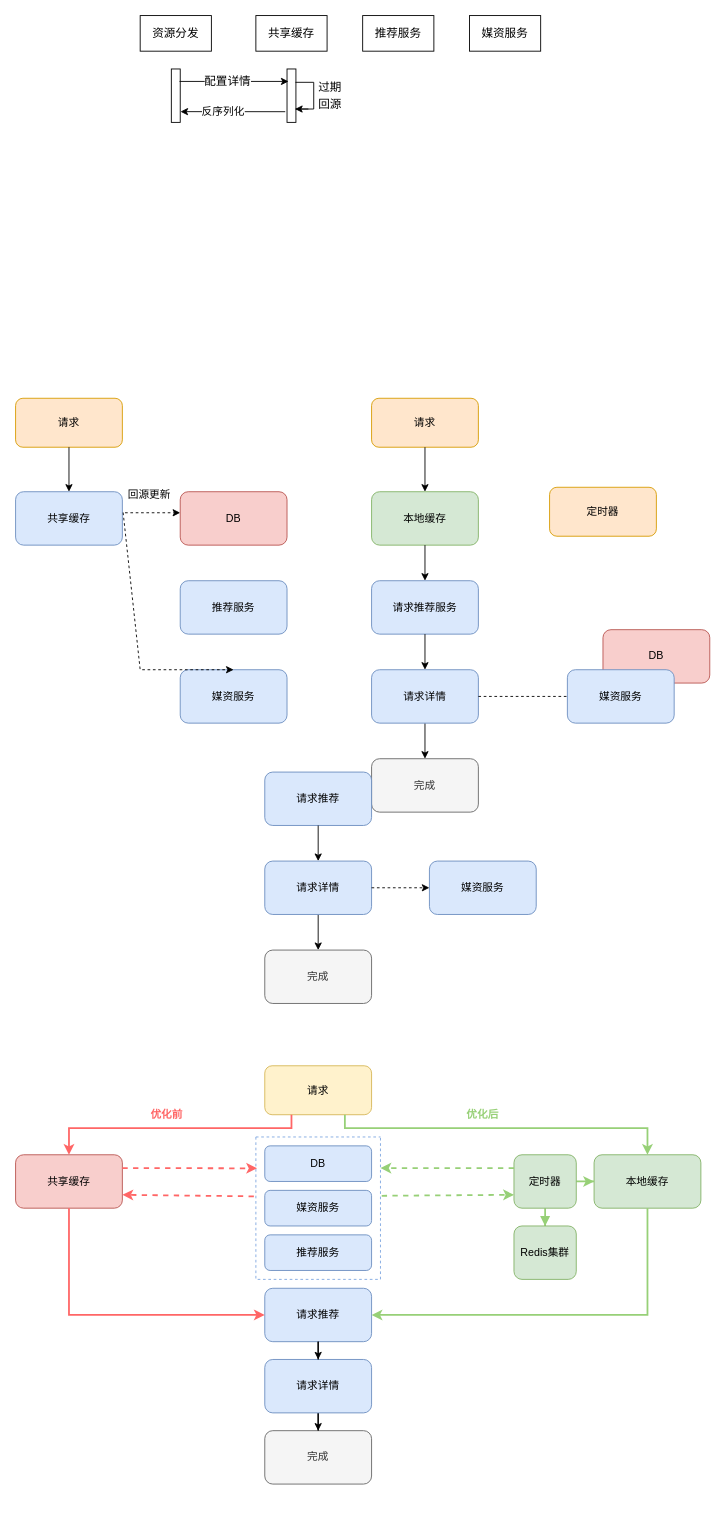
lewiskyo/test_git keeps this draw.io diagram as test3.drawio. Above is the earlier version. Source tidied: cells renumbered, new cells numbered last; positions are measured from the earlier drawing's top-left corner, leaving out a move shared by most shapes. Both pictures are drawn from the tidied source at 89%, with x=0, y=0 at pixel (15, 15).
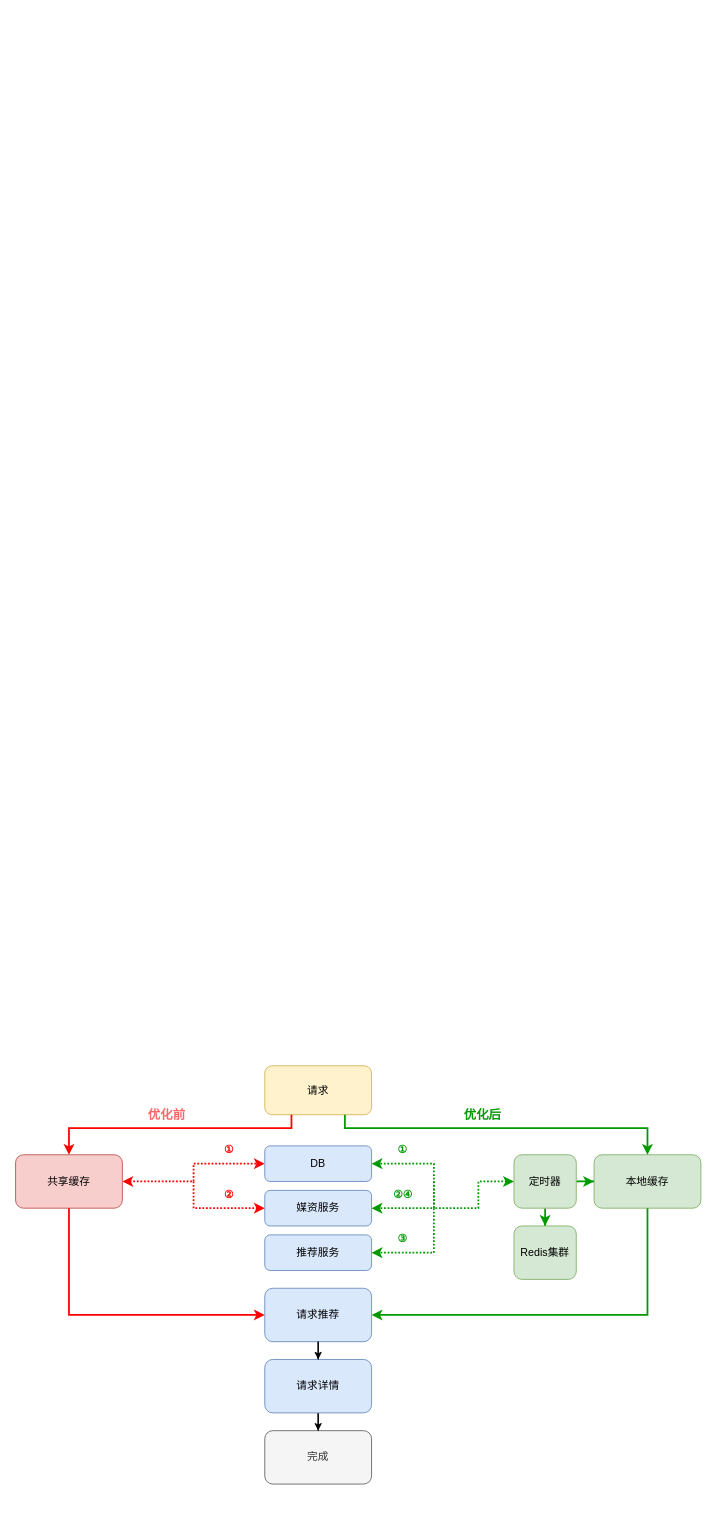
The same diagram, later.

The change refers to these unchanged cells:
```xml
<mxCell id="46" value="请求" style="rounded=1;whiteSpace=wrap;html=1;fontSize=12;fillColor=#fff2cc;strokeColor=#d6b656;" parent="1" vertex="1">
  <mxGeometry x="280" y="1180" width="120" height="55" as="geometry" />
</mxCell>
<mxCell id="47" value="共享缓存" style="rounded=1;whiteSpace=wrap;html=1;fontSize=12;fillColor=#f8cecc;strokeColor=#b85450;" parent="1" vertex="1">
  <mxGeometry y="1280" width="120" height="60" as="geometry" />
</mxCell>
<mxCell id="48" value="本地缓存" style="rounded=1;whiteSpace=wrap;html=1;fontSize=12;fillColor=#d5e8d4;strokeColor=#82b366;" parent="1" vertex="1">
  <mxGeometry x="650" y="1280" width="120" height="60" as="geometry" />
</mxCell>
<mxCell id="51" value="定时器" style="rounded=1;whiteSpace=wrap;html=1;fontSize=12;fillColor=#d5e8d4;strokeColor=#82b366;" parent="1" vertex="1">
  <mxGeometry x="560" y="1280" width="70" height="60" as="geometry" />
</mxCell>
<mxCell id="53" value="请求推荐" style="rounded=1;whiteSpace=wrap;html=1;fontSize=12;fillColor=#dae8fc;strokeColor=#6c8ebf;" parent="52" vertex="1">
  <mxGeometry width="120" height="60" as="geometry" />
</mxCell>
<mxCell id="67" value="Redis集群" style="rounded=1;whiteSpace=wrap;html=1;fontSize=12;fillColor=#d5e8d4;strokeColor=#82b366;" parent="1" vertex="1">
  <mxGeometry x="560" y="1360" width="70" height="60" as="geometry" />
</mxCell>
<mxCell id="70" value="媒资服务" style="rounded=1;whiteSpace=wrap;html=1;fontSize=12;fillColor=#dae8fc;strokeColor=#6c8ebf;" parent="1" vertex="1">
  <mxGeometry x="280" y="1320" width="120" height="40" as="geometry" />
</mxCell>
<mxCell id="71" value="DB" style="rounded=1;whiteSpace=wrap;html=1;fontSize=12;fillColor=#dae8fc;strokeColor=#6c8ebf;" parent="1" vertex="1">
  <mxGeometry x="280" y="1270" width="120" height="40" as="geometry" />
</mxCell>
<mxCell id="72" value="推荐服务" style="rounded=1;whiteSpace=wrap;html=1;fontSize=12;fillColor=#dae8fc;strokeColor=#6c8ebf;" parent="1" vertex="1">
  <mxGeometry x="280" y="1370" width="120" height="40" as="geometry" />
</mxCell>
```

What changed in the source:
```diff
@@
-    <mxCell id="2" value="请求" style="rounded=1;whiteSpace=wrap;html=1;fontSize=12;fillColor=#ffe6cc;strokeColor=#d79b00;" parent="1" vertex="1">
-      <mxGeometry x="400" y="430" width="120" height="55" as="geometry" />
-    </mxCell>
-    <mxCell id="3" value="本地缓存" style="rounded=1;whiteSpace=wrap;html=1;fontSize=12;fillColor=#d5e8d4;strokeColor=#82b366;" parent="1" vertex="1">
-      <mxGeometry x="400" y="535" width="120" height="60" as="geometry" />
-    </mxCell>
-    <mxCell id="4" style="edgeStyle=orthogonalEdgeStyle;rounded=0;jettySize=auto;html=1;fontSize=12;" parent="1" edge="1" source="2" target="3">
-      <mxGeometry relative="1" as="geometry" />
-    </mxCell>
-    <mxCell id="5" value="请求推荐服务" style="rounded=1;whiteSpace=wrap;html=1;fontSize=12;fillColor=#dae8fc;strokeColor=#6c8ebf;" parent="1" vertex="1">
-      <mxGeometry x="400" y="635" width="120" height="60" as="geometry" />
-    </mxCell>
-    <mxCell id="6" style="edgeStyle=orthogonalEdgeStyle;rounded=0;jettySize=auto;html=1;fontSize=12;" parent="1" edge="1" source="3" target="5">
-      <mxGeometry relative="1" as="geometry" />
-    </mxCell>
-    <mxCell id="7" value="完成" style="rounded=1;whiteSpace=wrap;html=1;fontSize=12;fillColor=#f5f5f5;fontColor=#333333;strokeColor=#666666;" parent="1" vertex="1">
-      <mxGeometry x="400" y="835" width="120" height="60" as="geometry" />
-    </mxCell>
-    <mxCell id="8" style="edgeStyle=orthogonalEdgeStyle;rounded=0;jettySize=auto;html=1;fontSize=12;" parent="1" edge="1" source="9" target="7">
-      <mxGeometry relative="1" as="geometry" />
-    </mxCell>
-    <mxCell id="9" value="请求详情" style="rounded=1;whiteSpace=wrap;html=1;fontSize=12;fillColor=#dae8fc;strokeColor=#6c8ebf;" parent="1" vertex="1">
-      <mxGeometry x="400" y="735" width="120" height="60" as="geometry" />
-    </mxCell>
-    <mxCell id="10" style="edgeStyle=orthogonalEdgeStyle;rounded=0;jettySize=auto;html=1;fontSize=12;" parent="1" edge="1" source="5" target="9">
-      <mxGeometry relative="1" as="geometry" />
-    </mxCell>
-    <mxCell id="11" style="endArrow=classic;html=1;rounded=0;dashed=1;fontSize=12;exitX=1;exitY=0.5;exitDx=0;exitDy=0;entryX=0.5;entryY=1;entryDx=0;entryDy=0;" parent="1" edge="1" source="9">
-      <mxGeometry relative="1" as="geometry">
-        <mxPoint x="680" y="795" as="targetPoint" />
-        <Array as="points">
-          <mxPoint x="645" y="765" />
-        </Array>
-      </mxGeometry>
-    </mxCell>
-    <mxCell id="12" value="定时器" style="rounded=1;whiteSpace=wrap;html=1;fontSize=12;fillColor=#ffe6cc;strokeColor=#d79b00;" parent="1" vertex="1">
-      <mxGeometry x="600" y="530" width="120" height="55" as="geometry" />
-    </mxCell>
-    <mxCell id="13" value="请求" style="rounded=1;whiteSpace=wrap;html=1;fontSize=12;fillColor=#ffe6cc;strokeColor=#d79b00;" parent="1" vertex="1">
-      <mxGeometry y="430" width="120" height="55" as="geometry" />
-    </mxCell>
-    <mxCell id="14" value="共享缓存" style="rounded=1;whiteSpace=wrap;html=1;fontSize=12;fillColor=#dae8fc;strokeColor=#6c8ebf;" parent="1" vertex="1">
-      <mxGeometry y="535" width="120" height="60" as="geometry" />
-    </mxCell>
-    <mxCell id="15" style="edgeStyle=orthogonalEdgeStyle;rounded=0;jettySize=auto;html=1;fontSize=12;" parent="1" edge="1" source="13" target="14">
-      <mxGeometry relative="1" as="geometry" />
-    </mxCell>
-    <mxCell id="16" value="DB" style="rounded=1;whiteSpace=wrap;html=1;fontSize=12;fillColor=#f8cecc;strokeColor=#b85450;" parent="1" vertex="1">
-      <mxGeometry x="185" y="535" width="120" height="60" as="geometry" />
-    </mxCell>
-    <mxCell id="17" value="媒资服务" style="rounded=1;whiteSpace=wrap;html=1;fontSize=12;fillColor=#dae8fc;strokeColor=#6c8ebf;" parent="1" vertex="1">
-      <mxGeometry x="185" y="735" width="120" height="60" as="geometry" />
-    </mxCell>
-    <mxCell id="18" value="&lt;font style=&quot;font-size: 12px; font-weight: normal;&quot;&gt;回源更新&lt;/font&gt;" style="text;strokeColor=none;fillColor=none;html=1;fontSize=24;fontStyle=1;verticalAlign=middle;align=center;" parent="1" vertex="1">
-      <mxGeometry x="100" y="515" width="100" height="40" as="geometry" />
-    </mxCell>
-    <mxCell id="19" style="endArrow=classic;html=1;rounded=0;fontSize=12;exitX=1.007;exitY=0.389;exitDx=0;exitDy=0;exitPerimeter=0;entryX=0.5;entryY=0;entryDx=0;entryDy=0;dashed=1;" parent="1" edge="1" source="14" target="17">
-      <mxGeometry relative="1" as="geometry">
-        <Array as="points">
-          <mxPoint x="140" y="735" />
-        </Array>
-      </mxGeometry>
-    </mxCell>
-    <mxCell id="20" style="endArrow=classic;html=1;rounded=0;dashed=1;fontSize=12;exitX=1.025;exitY=0.394;exitDx=0;exitDy=0;exitPerimeter=0;entryX=0;entryY=0.394;entryDx=0;entryDy=0;entryPerimeter=0;" parent="1" edge="1" source="14" target="16">
-      <mxGeometry relative="1" as="geometry" />
-    </mxCell>
-    <mxCell id="21" value="DB" style="rounded=1;whiteSpace=wrap;html=1;fontSize=12;fillColor=#f8cecc;strokeColor=#b85450;" parent="1" vertex="1">
-      <mxGeometry x="660" y="690" width="120" height="60" as="geometry" />
-    </mxCell>
-    <mxCell id="22" value="推荐服务" style="rounded=1;whiteSpace=wrap;html=1;fontSize=12;fillColor=#dae8fc;strokeColor=#6c8ebf;" parent="1" vertex="1">
-      <mxGeometry x="185" y="635" width="120" height="60" as="geometry" />
-    </mxCell>
-    <mxCell id="23" style="group;" parent="1" vertex="1">
-      <mxGeometry x="280" y="850" width="120" height="260" as="geometry" />
-    </mxCell>
-    <mxCell id="24" value="请求推荐" style="rounded=1;whiteSpace=wrap;html=1;fontSize=12;fillColor=#dae8fc;strokeColor=#6c8ebf;" parent="23" vertex="1">
-      <mxGeometry width="120" height="60" as="geometry" />
-    </mxCell>
-    <mxCell id="25" value="完成" style="rounded=1;whiteSpace=wrap;html=1;fontSize=12;fillColor=#f5f5f5;fontColor=#333333;strokeColor=#666666;" parent="23" vertex="1">
-      <mxGeometry y="200" width="120" height="60" as="geometry" />
-    </mxCell>
-    <mxCell id="26" style="edgeStyle=orthogonalEdgeStyle;rounded=0;jettySize=auto;html=1;fontSize=12;" parent="23" edge="1" source="27" target="25">
-      <mxGeometry relative="1" as="geometry" />
-    </mxCell>
-    <mxCell id="27" value="请求详情" style="rounded=1;whiteSpace=wrap;html=1;fontSize=12;fillColor=#dae8fc;strokeColor=#6c8ebf;" parent="23" vertex="1">
-      <mxGeometry y="100" width="120" height="60" as="geometry" />
-    </mxCell>
-    <mxCell id="28" style="edgeStyle=orthogonalEdgeStyle;rounded=0;jettySize=auto;html=1;fontSize=12;" parent="23" edge="1" source="24" target="27">
-      <mxGeometry relative="1" as="geometry" />
-    </mxCell>
-    <mxCell id="29" value="媒资服务" style="rounded=1;whiteSpace=wrap;html=1;fontSize=12;fillColor=#dae8fc;strokeColor=#6c8ebf;" parent="1" vertex="1">
-      <mxGeometry x="620" y="735" width="120" height="60" as="geometry" />
-    </mxCell>
-    <mxCell id="30" value="媒资服务" style="rounded=1;whiteSpace=wrap;html=1;fontSize=12;fillColor=#dae8fc;strokeColor=#6c8ebf;" parent="1" vertex="1">
-      <mxGeometry x="465" y="950" width="120" height="60" as="geometry" />
-    </mxCell>
-    <mxCell id="31" style="edgeStyle=orthogonalEdgeStyle;rounded=0;jettySize=auto;html=1;dashed=1;fontSize=12;" parent="1" edge="1" source="27" target="30">
-      <mxGeometry relative="1" as="geometry" />
-    </mxCell>
-    <mxCell id="32" style="group;" parent="1" vertex="1">
-      <mxGeometry x="140" width="450" height="120" as="geometry" />
-    </mxCell>
-    <mxCell id="33" value="资源分发" style="rounded=0;whiteSpace=wrap;html=1;fontSize=13;" parent="32" vertex="1">
-      <mxGeometry width="80" height="40" as="geometry" />
-    </mxCell>
-    <mxCell id="34" value="共享缓存" style="rounded=0;whiteSpace=wrap;html=1;fontSize=13;" parent="32" vertex="1">
-      <mxGeometry x="130" width="80" height="40" as="geometry" />
-    </mxCell>
-    <mxCell id="35" value="推荐服务" style="rounded=0;whiteSpace=wrap;html=1;fontSize=13;" parent="32" vertex="1">
-      <mxGeometry x="250" width="80" height="40" as="geometry" />
-    </mxCell>
-    <mxCell id="36" style="rounded=0;whiteSpace=wrap;html=1;fontSize=13;" parent="32" vertex="1">
-      <mxGeometry x="35" y="60" width="10" height="60" as="geometry" />
-    </mxCell>
-    <mxCell id="37" value="媒资服务" style="rounded=0;whiteSpace=wrap;html=1;fontSize=13;" parent="32" vertex="1">
-      <mxGeometry x="370" width="80" height="40" as="geometry" />
-    </mxCell>
-    <mxCell id="38" style="rounded=0;whiteSpace=wrap;html=1;fontSize=13;" parent="32" vertex="1">
-      <mxGeometry x="165" y="60" width="10" height="60" as="geometry" />
-    </mxCell>
-    <mxCell id="39" style="endArrow=classic;html=1;rounded=0;fontSize=12;exitX=0.917;exitY=0.167;exitDx=0;exitDy=0;exitPerimeter=0;entryX=0.167;entryY=0.167;entryDx=0;entryDy=0;entryPerimeter=0;" parent="32" edge="1">
-      <mxGeometry relative="1" as="geometry">
-        <mxPoint x="44.2" y="74" as="sourcePoint" />
-        <mxPoint x="166.7" y="74" as="targetPoint" />
-      </mxGeometry>
-    </mxCell>
-    <mxCell id="40" value="配置详情" style="edgeLabel;html=1;align=center;verticalAlign=middle;fontSize=13;" parent="39" vertex="1">
-      <mxGeometry x="-0.14" y="1" relative="1" as="geometry" />
-    </mxCell>
-    <mxCell id="41" style="shape=partialRectangle;whiteSpace=wrap;html=1;bottom=1;right=1;left=1;top=0;fillColor=none;routingCenterX=-0.5;fontSize=13;direction=north;" parent="32" vertex="1">
-      <mxGeometry x="175" y="75" width="20" height="30" as="geometry" />
-    </mxCell>
-    <mxCell id="42" value="&lt;p style=&quot;line-height: 60%;&quot;&gt;&lt;span style=&quot;font-weight: normal;&quot;&gt;&lt;font style=&quot;font-size: 13px;&quot;&gt;过期&lt;br&gt;回源&lt;/font&gt;&lt;/span&gt;&lt;/p&gt;" style="text;strokeColor=none;fillColor=none;html=1;fontSize=24;fontStyle=1;verticalAlign=middle;align=center;" parent="32" vertex="1">
-      <mxGeometry x="163" y="68" width="100" height="40" as="geometry" />
-    </mxCell>
-    <mxCell id="43" style="endArrow=classic;html=1;rounded=0;fontSize=12;" parent="32" edge="1">
-      <mxGeometry relative="1" as="geometry">
-        <mxPoint x="189" y="105" as="sourcePoint" />
-        <mxPoint x="174" y="105" as="targetPoint" />
-      </mxGeometry>
-    </mxCell>
-    <mxCell id="44" style="endArrow=classic;html=1;rounded=0;fontSize=12;exitX=0;exitY=1;exitDx=0;exitDy=0;entryX=1.028;entryY=0.799;entryDx=0;entryDy=0;entryPerimeter=0;" parent="32" edge="1" source="42" target="36">
-      <mxGeometry relative="1" as="geometry" />
-    </mxCell>
-    <mxCell id="45" value="反序列化" style="edgeLabel;html=1;align=center;verticalAlign=middle;fontSize=12;" parent="44" vertex="1">
-      <mxGeometry x="0.21" relative="1" as="geometry" />
-    </mxCell>
@@
-    <mxCell id="49" style="edgeStyle=orthogonalEdgeStyle;rounded=0;jettySize=auto;html=1;strokeColor=#97D077;strokeWidth=2;fontSize=12;endArrow=classic;endFill=1;" parent="1" edge="1" source="51" target="48">
+    <mxCell id="49" style="edgeStyle=orthogonalEdgeStyle;rounded=0;jettySize=auto;html=1;strokeColor=#009900;strokeWidth=2;fontSize=12;endArrow=classic;endFill=1;" parent="1" edge="1" source="51" target="48">
       <mxGeometry relative="1" as="geometry" />
     </mxCell>
-    <mxCell id="50" style="edgeStyle=orthogonalEdgeStyle;rounded=0;jettySize=auto;html=1;strokeColor=#97D077;strokeWidth=2;fontSize=12;endArrow=block;endFill=1;" parent="1" edge="1" source="51" target="67">
+    <mxCell id="50" style="edgeStyle=orthogonalEdgeStyle;rounded=0;jettySize=auto;html=1;strokeColor=#009900;strokeWidth=2;fontSize=12;endArrow=classic;endFill=1;" parent="1" edge="1" source="51" target="67">
       <mxGeometry relative="1" as="geometry" />
     </mxCell>
@@
-    <mxCell id="58" style="swimlane;startSize=0;fontSize=12;dashed=1;strokeColor=#7EA6E0;" parent="1" vertex="1">
-      <mxGeometry x="270" y="1260" width="140" height="160" as="geometry" />
-    </mxCell>
-    <mxCell id="59" style="endArrow=classic;html=1;rounded=0;fontSize=12;exitX=0.25;exitY=1;exitDx=0;exitDy=0;entryX=0.5;entryY=0;entryDx=0;entryDy=0;strokeColor=#FF6666;strokeWidth=2;endFill=1;" parent="1" edge="1" source="46" target="47">
+    <mxCell id="59" style="endArrow=classic;html=1;rounded=0;fontSize=12;exitX=0.25;exitY=1;exitDx=0;exitDy=0;entryX=0.5;entryY=0;entryDx=0;entryDy=0;strokeColor=#FF0000;strokeWidth=2;endFill=1;" parent="1" edge="1" source="46" target="47">
       <mxGeometry relative="1" as="geometry">
         <Array as="points">
           <mxPoint x="310" y="1250" />
           <mxPoint x="60" y="1250" />
         </Array>
       </mxGeometry>
     </mxCell>
-    <mxCell id="60" style="endArrow=classic;html=1;rounded=0;strokeColor=#97D077;strokeWidth=2;fontSize=12;exitX=0.75;exitY=1;exitDx=0;exitDy=0;entryX=0.5;entryY=0;entryDx=0;entryDy=0;" parent="1" edge="1" source="46" target="48">
+    <mxCell id="60" style="endArrow=classic;html=1;rounded=0;strokeColor=#009900;strokeWidth=2;fontSize=12;exitX=0.75;exitY=1;exitDx=0;exitDy=0;entryX=0.5;entryY=0;entryDx=0;entryDy=0;" parent="1" edge="1" source="46" target="48">
       <mxGeometry relative="1" as="geometry">
         <Array as="points">
           <mxPoint x="370" y="1250" />
           <mxPoint x="710" y="1250" />
         </Array>
       </mxGeometry>
     </mxCell>
-    <mxCell id="61" style="endArrow=classic;html=1;rounded=0;strokeColor=#FF6666;strokeWidth=2;fontSize=12;exitX=1;exitY=0.25;exitDx=0;exitDy=0;dashed=1;entryX=0.01;entryY=0.22;entryDx=0;entryDy=0;entryPerimeter=0;" parent="1" edge="1" source="47" target="58">
-      <mxGeometry relative="1" as="geometry" />
+    <mxCell id="61" style="endArrow=classic;html=1;rounded=0;strokeColor=#FF0000;strokeWidth=2;fontSize=12;exitX=1;exitY=0.5;exitDx=0;exitDy=0;dashed=1;entryX=0;entryY=0.5;entryDx=0;entryDy=0;dashPattern=1 1;startArrow=classic;startFill=1;" parent="1" edge="1" source="47" target="71">
+      <mxGeometry relative="1" as="geometry">
+        <Array as="points">
+          <mxPoint x="200" y="1310" />
+          <mxPoint x="200" y="1290" />
+        </Array>
+      </mxGeometry>
     </mxCell>
-    <mxCell id="62" style="endArrow=classic;html=1;rounded=0;strokeColor=#FF6666;strokeWidth=2;fontSize=12;exitX=-0.016;exitY=0.417;exitDx=0;exitDy=0;dashed=1;entryX=1;entryY=0.75;entryDx=0;entryDy=0;exitPerimeter=0;" parent="1" edge="1" source="58" target="47">
-      <mxGeometry relative="1" as="geometry" />
-    </mxCell>
-    <mxCell id="63" style="endArrow=classic;html=1;rounded=0;dashed=1;strokeColor=#97D077;strokeWidth=2;fontSize=12;exitX=0;exitY=0.25;exitDx=0;exitDy=0;" parent="1" edge="1" source="51">
+    <mxCell id="63" style="endArrow=classic;html=1;rounded=0;dashed=1;strokeColor=#009900;strokeWidth=2;fontSize=12;exitX=0;exitY=0.5;exitDx=0;exitDy=0;entryX=1;entryY=0.5;entryDx=0;entryDy=0;dashPattern=1 1;startArrow=classic;startFill=1;" parent="1" edge="1" source="51" target="71">
       <mxGeometry relative="1" as="geometry">
-        <mxPoint x="410" y="1295" as="targetPoint" />
+        <Array as="points">
+          <mxPoint x="520" y="1310" />
+          <mxPoint x="520" y="1340" />
+          <mxPoint x="470" y="1340" />
+          <mxPoint x="470" y="1290" />
+        </Array>
       </mxGeometry>
     </mxCell>
-    <mxCell id="64" style="endArrow=classic;html=1;rounded=0;dashed=1;strokeColor=#97D077;strokeWidth=2;fontSize=12;entryX=0;entryY=0.75;entryDx=0;entryDy=0;exitX=1.01;exitY=0.413;exitDx=0;exitDy=0;exitPerimeter=0;" parent="1" edge="1" source="58" target="51">
-      <mxGeometry relative="1" as="geometry" />
-    </mxCell>
-    <mxCell id="65" style="endArrow=classic;html=1;rounded=0;strokeColor=#97D077;strokeWidth=2;fontSize=12;exitX=0.5;exitY=1;exitDx=0;exitDy=0;entryX=1;entryY=0.5;entryDx=0;entryDy=0;" parent="1" edge="1" source="48" target="53">
+    <mxCell id="65" style="endArrow=classic;html=1;rounded=0;strokeColor=#009900;strokeWidth=2;fontSize=12;exitX=0.5;exitY=1;exitDx=0;exitDy=0;entryX=1;entryY=0.5;entryDx=0;entryDy=0;" parent="1" edge="1" source="48" target="53">
       <mxGeometry relative="1" as="geometry">
         <Array as="points">
           <mxPoint x="710" y="1460" />
         </Array>
       </mxGeometry>
     </mxCell>
-    <mxCell id="66" style="endArrow=classic;html=1;rounded=0;strokeColor=#FF6666;strokeWidth=2;fontSize=12;exitX=0.5;exitY=1;exitDx=0;exitDy=0;entryX=0;entryY=0.5;entryDx=0;entryDy=0;" parent="1" edge="1" source="47" target="53">
+    <mxCell id="66" style="endArrow=classic;html=1;rounded=0;strokeColor=#FF0000;strokeWidth=2;fontSize=12;exitX=0.5;exitY=1;exitDx=0;exitDy=0;entryX=0;entryY=0.5;entryDx=0;entryDy=0;" parent="1" edge="1" source="47" target="53">
       <mxGeometry relative="1" as="geometry">
         <Array as="points">
           <mxPoint x="60" y="1460" />
         </Array>
       </mxGeometry>
     </mxCell>
@@
-    <mxCell id="68" value="优化前" style="text;html=1;strokeColor=none;fillColor=none;align=center;verticalAlign=middle;whiteSpace=wrap;rounded=0;dashed=1;fontSize=12;fontColor=#FF6666;fontStyle=1;" parent="1" vertex="1">
+    <mxCell id="68" value="优化前" style="text;html=1;strokeColor=none;fillColor=none;align=center;verticalAlign=middle;whiteSpace=wrap;rounded=0;dashed=1;fontSize=14;fontColor=#FF6666;fontStyle=1;" parent="1" vertex="1">
       <mxGeometry x="140" y="1220" width="60" height="30" as="geometry" />
     </mxCell>
-    <mxCell id="69" value="优化后" style="text;html=1;strokeColor=none;fillColor=none;align=center;verticalAlign=middle;whiteSpace=wrap;rounded=0;dashed=1;fontSize=12;fontColor=#97D077;fontStyle=1;" parent="1" vertex="1">
+    <mxCell id="69" value="优化后" style="text;html=1;strokeColor=none;fillColor=none;align=center;verticalAlign=middle;whiteSpace=wrap;rounded=0;dashed=1;fontSize=14;fontColor=#009900;fontStyle=1;" parent="1" vertex="1">
       <mxGeometry x="495" y="1220" width="60" height="30" as="geometry" />
     </mxCell>
@@
+    <mxCell id="73" style="endArrow=classic;html=1;rounded=0;dashed=1;dashPattern=1 1;strokeColor=#FF0000;strokeWidth=2;fontSize=12;fontColor=#FFFFFF;entryX=0;entryY=0.5;entryDx=0;entryDy=0;" parent="1" edge="1" target="70">
+      <mxGeometry relative="1" as="geometry">
+        <mxPoint x="200" y="1310" as="sourcePoint" />
+        <Array as="points">
+          <mxPoint x="200" y="1340" />
+        </Array>
+      </mxGeometry>
+    </mxCell>
+    <mxCell id="74" style="endArrow=classic;html=1;rounded=0;dashed=1;dashPattern=1 1;strokeColor=#009900;strokeWidth=2;fontSize=12;fontColor=#FFFFFF;" parent="1" edge="1">
+      <mxGeometry relative="1" as="geometry">
+        <mxPoint x="470" y="1310" as="sourcePoint" />
+        <mxPoint x="400" y="1340" as="targetPoint" />
+        <Array as="points">
+          <mxPoint x="470" y="1340" />
+        </Array>
+      </mxGeometry>
+    </mxCell>
+    <mxCell id="75" style="endArrow=classic;html=1;rounded=0;dashed=1;dashPattern=1 1;strokeColor=#009900;strokeWidth=2;fontSize=12;fontColor=#FFFFFF;entryX=1;entryY=0.5;entryDx=0;entryDy=0;" parent="1" edge="1" target="72">
+      <mxGeometry relative="1" as="geometry">
+        <mxPoint x="470" y="1340" as="sourcePoint" />
+        <Array as="points">
+          <mxPoint x="470" y="1390" />
+        </Array>
+      </mxGeometry>
+    </mxCell>
+    <mxCell id="76" value="①" style="text;html=1;strokeColor=none;fillColor=none;align=center;verticalAlign=middle;whiteSpace=wrap;rounded=0;dashed=1;fontSize=12;fontColor=#FF0000;fontStyle=1;" parent="1" vertex="1">
+      <mxGeometry x="210" y="1260" width="60" height="30" as="geometry" />
+    </mxCell>
+    <mxCell id="77" value="②" style="text;html=1;strokeColor=none;fillColor=none;align=center;verticalAlign=middle;whiteSpace=wrap;rounded=0;dashed=1;fontSize=12;fontColor=#FF0000;fontStyle=1;" parent="1" vertex="1">
+      <mxGeometry x="210" y="1310" width="60" height="30" as="geometry" />
+    </mxCell>
+    <mxCell id="78" value="①" style="text;html=1;strokeColor=none;fillColor=none;align=center;verticalAlign=middle;whiteSpace=wrap;rounded=0;dashed=1;fontSize=12;fontColor=#009900;fontStyle=1;" parent="1" vertex="1">
+      <mxGeometry x="405" y="1260" width="60" height="30" as="geometry" />
+    </mxCell>
+    <mxCell id="79" value="②④" style="text;html=1;strokeColor=none;fillColor=none;align=center;verticalAlign=middle;whiteSpace=wrap;rounded=0;dashed=1;fontSize=12;fontColor=#009900;fontStyle=1;" parent="1" vertex="1">
+      <mxGeometry x="412.5" y="1310" width="45" height="30" as="geometry" />
+    </mxCell>
+    <mxCell id="80" value="③" style="text;html=1;strokeColor=none;fillColor=none;align=center;verticalAlign=middle;whiteSpace=wrap;rounded=0;dashed=1;fontSize=12;fontColor=#009900;fontStyle=1;" parent="1" vertex="1">
+      <mxGeometry x="405" y="1360" width="60" height="30" as="geometry" />
+    </mxCell>
```
